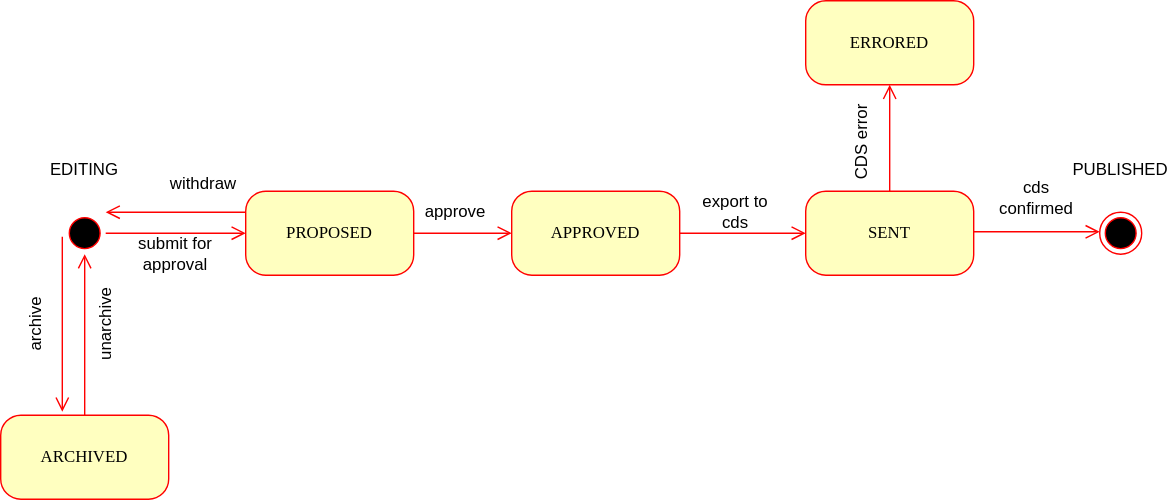
This is docs/source/architecture/wb-state.svg from uktrade/tamato, a draw.io export, as it was before one commit. Source tidied: cells renumbered, new cells last; positions are measured from the earlier drawing's top-left corner, leaving out a move shared by most shapes.
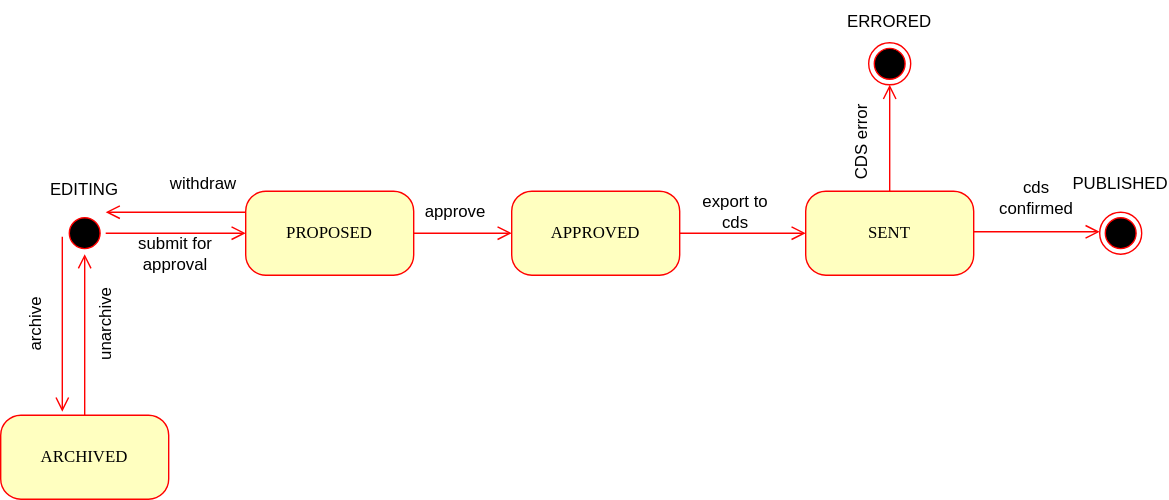
After the change.

Commit message:
add latest wb-state diagram

Diff of the diagram source:
```diff
@@ -14,9 +14,6 @@
     <mxCell id="5" value="APPROVED" style="rounded=1;whiteSpace=wrap;html=1;arcSize=24;fillColor=#ffffc0;strokeColor=#ff0000;shadow=0;comic=0;labelBackgroundColor=none;fontFamily=Verdana;fontSize=12;fontColor=#000000;align=center;" parent="1" vertex="1">
       <mxGeometry x="370" y="136" width="120" height="60" as="geometry" />
     </mxCell>
-    <mxCell id="6" value="ERRORED" style="rounded=1;whiteSpace=wrap;html=1;arcSize=24;fillColor=#ffffc0;strokeColor=#ff0000;shadow=0;comic=0;labelBackgroundColor=none;fontFamily=Verdana;fontSize=12;fontColor=#000000;align=center;" parent="1" vertex="1">
-      <mxGeometry x="580" width="120" height="60" as="geometry" />
-    </mxCell>
     <mxCell id="7" style="edgeStyle=orthogonalEdgeStyle;html=1;labelBackgroundColor=none;endArrow=open;endSize=8;strokeColor=#ff0000;fontFamily=Verdana;fontSize=12;align=left;" parent="1" edge="1" source="2" target="4">
       <mxGeometry relative="1" as="geometry" />
     </mxCell>
@@ -36,11 +33,13 @@
         </Array>
       </mxGeometry>
     </mxCell>
-    <mxCell id="10" style="edgeStyle=orthogonalEdgeStyle;html=1;exitX=0.5;exitY=0;entryX=0.5;entryY=1;labelBackgroundColor=none;endArrow=open;endSize=8;strokeColor=#ff0000;fontFamily=Verdana;fontSize=12;align=left;exitDx=0;exitDy=0;entryDx=0;entryDy=0;" parent="1" edge="1" source="3" target="6">
-      <mxGeometry relative="1" as="geometry" />
+    <mxCell id="10" style="edgeStyle=orthogonalEdgeStyle;html=1;exitX=0.5;exitY=0;entryX=0.5;entryY=1;labelBackgroundColor=none;endArrow=open;endSize=8;strokeColor=#ff0000;fontFamily=Verdana;fontSize=12;align=left;exitDx=0;exitDy=0;entryDx=0;entryDy=0;" parent="1" edge="1" source="3">
+      <mxGeometry relative="1" as="geometry">
+        <mxPoint x="640" y="60" as="targetPoint" />
+      </mxGeometry>
     </mxCell>
     <mxCell id="11" value="EDITING" style="text;html=1;strokeColor=none;fillColor=none;align=center;verticalAlign=middle;whiteSpace=wrap;rounded=0;" parent="1" vertex="1">
-      <mxGeometry x="35" y="106" width="60" height="30" as="geometry" />
+      <mxGeometry x="35" y="120" width="60" height="30" as="geometry" />
     </mxCell>
     <mxCell id="12" value="ARCHIVED" style="rounded=1;whiteSpace=wrap;html=1;arcSize=24;fillColor=#ffffc0;strokeColor=#ff0000;shadow=0;comic=0;labelBackgroundColor=none;fontFamily=Verdana;fontSize=12;fontColor=#000000;align=center;" parent="1" vertex="1">
       <mxGeometry x="5" y="296" width="120" height="60" as="geometry" />
@@ -84,7 +83,7 @@
       <mxGeometry x="790" y="151" width="30" height="30" as="geometry" />
     </mxCell>
     <mxCell id="23" value="PUBLISHED" style="text;html=1;strokeColor=none;fillColor=none;align=center;verticalAlign=middle;whiteSpace=wrap;rounded=0;" parent="1" vertex="1">
-      <mxGeometry x="775" y="106" width="60" height="30" as="geometry" />
+      <mxGeometry x="775" y="116" width="60" height="30" as="geometry" />
     </mxCell>
     <mxCell id="24" value="export to cds" style="text;html=1;strokeColor=none;fillColor=none;align=center;verticalAlign=middle;whiteSpace=wrap;rounded=0;" parent="1" vertex="1">
       <mxGeometry x="500" y="136" width="60" height="30" as="geometry" />
@@ -102,5 +101,11 @@
         </Array>
       </mxGeometry>
     </mxCell>
+    <mxCell id="27" style="ellipse;html=1;shape=endState;fillColor=#000000;strokeColor=#ff0000;" parent="1" vertex="1">
+      <mxGeometry x="625" y="30" width="30" height="30" as="geometry" />
+    </mxCell>
+    <mxCell id="6" value="ERRORED" style="text;html=1;strokeColor=none;fillColor=none;align=center;verticalAlign=middle;whiteSpace=wrap;rounded=0;" parent="1" vertex="1">
+      <mxGeometry x="610" width="60" height="30" as="geometry" />
+    </mxCell>
   </root>
 </mxGraphModel>
```
